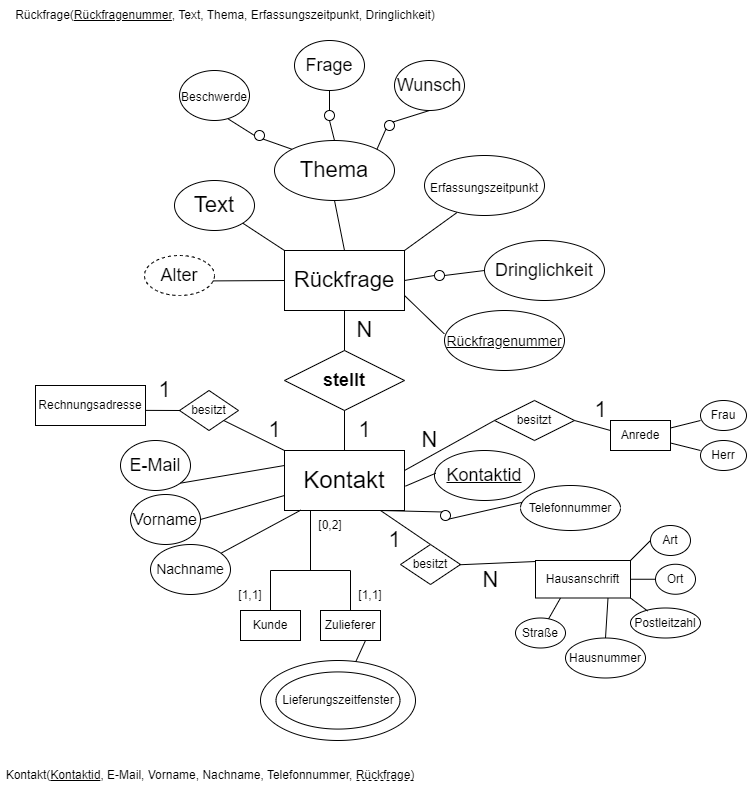
Above: beispiele/m3_11a_rueckfragen.png in moussaka-crypto/E-Canteen (draw.io), before the change. Source tidied: cells renumbered, new cells last; positions are measured from the earlier drawing's top-left corner, leaving out a move shared by most shapes.
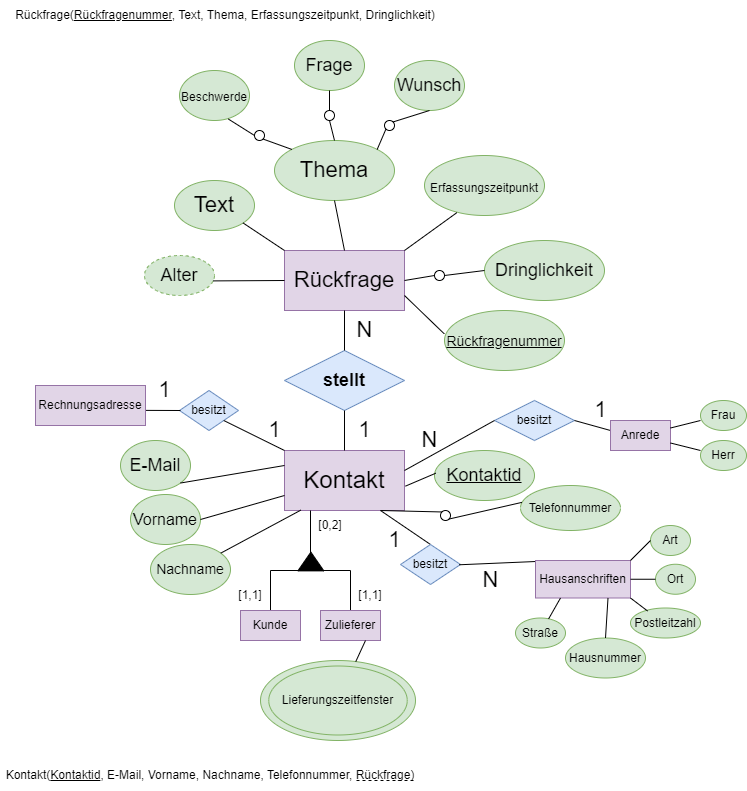
The same diagram one commit later.

Commit message:
Anmedlung + Diagramm gefixt

The edit, as a diff of the source:
```diff
@@ -8,13 +8,13 @@
     <mxCell id="3" style="group;" parent="1" vertex="1">
       <mxGeometry x="144" y="40" width="476" height="470" as="geometry" />
     </mxCell>
-    <mxCell id="4" value="&lt;font style=&quot;font-size: 22px;&quot;&gt;Rückfrage&lt;/font&gt;" style="rounded=0;whiteSpace=wrap;html=1;" parent="3" vertex="1">
+    <mxCell id="4" value="&lt;font style=&quot;font-size: 22px;&quot;&gt;Rückfrage&lt;/font&gt;" style="rounded=0;whiteSpace=wrap;html=1;fillColor=#e1d5e7;strokeColor=#9673a6;" parent="3" vertex="1">
       <mxGeometry x="140" y="210" width="120" height="60" as="geometry" />
     </mxCell>
-    <mxCell id="5" value="&lt;font style=&quot;font-size: 24px;&quot;&gt;Kontakt&lt;/font&gt;" style="rounded=0;whiteSpace=wrap;html=1;" parent="3" vertex="1">
+    <mxCell id="5" value="&lt;font style=&quot;font-size: 24px;&quot;&gt;Kontakt&lt;/font&gt;" style="rounded=0;whiteSpace=wrap;html=1;fillColor=#e1d5e7;strokeColor=#9673a6;" parent="3" vertex="1">
       <mxGeometry x="140" y="410" width="120" height="60" as="geometry" />
     </mxCell>
-    <mxCell id="6" value="&lt;b&gt;&lt;font style=&quot;font-size: 18px;&quot;&gt;stellt&lt;/font&gt;&lt;/b&gt;" style="rhombus;whiteSpace=wrap;html=1;align=center;" parent="3" vertex="1">
+    <mxCell id="6" value="&lt;b&gt;&lt;font style=&quot;font-size: 18px;&quot;&gt;stellt&lt;/font&gt;&lt;/b&gt;" style="rhombus;whiteSpace=wrap;html=1;align=center;fillColor=#dae8fc;strokeColor=#6c8ebf;" parent="3" vertex="1">
       <mxGeometry x="140" y="310" width="120" height="60" as="geometry" />
     </mxCell>
     <mxCell id="7" style="endArrow=none;html=1;rounded=0;fontSize=18;entryX=0.5;entryY=1;entryDx=0;entryDy=0;exitX=0.5;exitY=0;exitDx=0;exitDy=0;" parent="3" edge="1" source="5" target="6">
@@ -31,16 +31,16 @@
     <mxCell id="10" value="N" style="text;html=1;align=center;verticalAlign=middle;strokeColor=none;fillColor=none;fontSize=22;" parent="3" vertex="1">
       <mxGeometry x="200" y="270" width="40" height="40" as="geometry" />
     </mxCell>
-    <mxCell id="11" value="Text" style="ellipse;whiteSpace=wrap;html=1;fontSize=22;" parent="3" vertex="1">
+    <mxCell id="11" value="Text" style="ellipse;whiteSpace=wrap;html=1;fontSize=22;fillColor=#d5e8d4;strokeColor=#82b366;" parent="3" vertex="1">
       <mxGeometry x="30" y="140" width="80" height="50" as="geometry" />
     </mxCell>
-    <mxCell id="12" value="Thema" style="ellipse;whiteSpace=wrap;html=1;fontSize=22;" parent="3" vertex="1">
+    <mxCell id="12" value="Thema" style="ellipse;whiteSpace=wrap;html=1;fontSize=22;fillColor=#d5e8d4;strokeColor=#82b366;" parent="3" vertex="1">
       <mxGeometry x="130" y="100" width="120" height="60" as="geometry" />
     </mxCell>
-    <mxCell id="13" value="&lt;font style=&quot;font-size: 12px;&quot;&gt;Erfassungszeitpunkt&lt;/font&gt;" style="ellipse;whiteSpace=wrap;html=1;fontSize=22;" parent="3" vertex="1">
+    <mxCell id="13" value="&lt;font style=&quot;font-size: 12px;&quot;&gt;Erfassungszeitpunkt&lt;/font&gt;" style="ellipse;whiteSpace=wrap;html=1;fontSize=22;fillColor=#d5e8d4;strokeColor=#82b366;" parent="3" vertex="1">
       <mxGeometry x="280" y="115" width="120" height="60" as="geometry" />
     </mxCell>
-    <mxCell id="14" value="&lt;font style=&quot;font-size: 18px;&quot;&gt;Dringlichkeit&lt;/font&gt;" style="ellipse;whiteSpace=wrap;html=1;fontSize=14;" parent="3" vertex="1">
+    <mxCell id="14" value="&lt;font style=&quot;font-size: 18px;&quot;&gt;Dringlichkeit&lt;/font&gt;" style="ellipse;whiteSpace=wrap;html=1;fontSize=14;fillColor=#d5e8d4;strokeColor=#82b366;" parent="3" vertex="1">
       <mxGeometry x="340" y="200" width="120" height="60" as="geometry" />
     </mxCell>
     <mxCell id="15" style="ellipse;whiteSpace=wrap;html=1;fontSize=18;" parent="3" vertex="1">
@@ -52,13 +52,13 @@
     <mxCell id="17" style="endArrow=none;html=1;rounded=0;fontSize=18;entryX=0;entryY=0.5;entryDx=0;entryDy=0;exitX=1;exitY=0.5;exitDx=0;exitDy=0;" parent="3" edge="1" source="15" target="14">
       <mxGeometry relative="1" as="geometry" />
     </mxCell>
-    <mxCell id="18" value="&lt;font style=&quot;font-size: 14px;&quot;&gt;&lt;u&gt;Rückfragenummer&lt;/u&gt;&lt;/font&gt;" style="ellipse;whiteSpace=wrap;html=1;fontSize=18;" parent="3" vertex="1">
+    <mxCell id="18" value="&lt;font style=&quot;font-size: 14px;&quot;&gt;&lt;u&gt;Rückfragenummer&lt;/u&gt;&lt;/font&gt;" style="ellipse;whiteSpace=wrap;html=1;fontSize=18;fillColor=#d5e8d4;strokeColor=#82b366;" parent="3" vertex="1">
       <mxGeometry x="300" y="270" width="120" height="60" as="geometry" />
     </mxCell>
     <mxCell id="19" style="endArrow=none;html=1;rounded=0;fontSize=14;entryX=-0.002;entryY=0.389;entryDx=0;entryDy=0;entryPerimeter=0;exitX=1;exitY=0.75;exitDx=0;exitDy=0;" parent="3" edge="1" source="4" target="18">
       <mxGeometry relative="1" as="geometry" />
     </mxCell>
-    <mxCell id="20" value="&lt;font style=&quot;font-size: 18px;&quot;&gt;Alter&lt;/font&gt;" style="ellipse;whiteSpace=wrap;html=1;fontSize=14;shadow=0;dashed=1;" parent="3" vertex="1">
+    <mxCell id="20" value="&lt;font style=&quot;font-size: 18px;&quot;&gt;Alter&lt;/font&gt;" style="ellipse;whiteSpace=wrap;html=1;fontSize=14;shadow=0;dashed=1;fillColor=#d5e8d4;strokeColor=#82b366;" parent="3" vertex="1">
       <mxGeometry y="215" width="70" height="40" as="geometry" />
     </mxCell>
     <mxCell id="21" style="endArrow=none;html=1;rounded=0;fontSize=18;entryX=0;entryY=0.5;entryDx=0;entryDy=0;exitX=0.981;exitY=0.635;exitDx=0;exitDy=0;exitPerimeter=0;" parent="3" edge="1" source="20" target="4">
@@ -73,13 +73,13 @@
     <mxCell id="24" style="endArrow=none;html=1;rounded=0;fontSize=18;entryX=0.27;entryY=0.952;entryDx=0;entryDy=0;entryPerimeter=0;exitX=1;exitY=0;exitDx=0;exitDy=0;" parent="3" edge="1" source="4" target="13">
       <mxGeometry relative="1" as="geometry" />
     </mxCell>
-    <mxCell id="25" value="&lt;font style=&quot;font-size: 12px;&quot;&gt;Beschwerde&lt;/font&gt;" style="ellipse;whiteSpace=wrap;html=1;shadow=0;fontSize=18;" parent="3" vertex="1">
+    <mxCell id="25" value="&lt;font style=&quot;font-size: 12px;&quot;&gt;Beschwerde&lt;/font&gt;" style="ellipse;whiteSpace=wrap;html=1;shadow=0;fontSize=18;fillColor=#d5e8d4;strokeColor=#82b366;" parent="3" vertex="1">
       <mxGeometry x="35" y="30" width="70" height="50" as="geometry" />
     </mxCell>
-    <mxCell id="26" value="Frage" style="ellipse;whiteSpace=wrap;html=1;shadow=0;fontSize=18;" parent="3" vertex="1">
+    <mxCell id="26" value="Frage" style="ellipse;whiteSpace=wrap;html=1;shadow=0;fontSize=18;fillColor=#d5e8d4;strokeColor=#82b366;" parent="3" vertex="1">
       <mxGeometry x="150" width="70" height="50" as="geometry" />
     </mxCell>
-    <mxCell id="27" value="Wunsch" style="ellipse;whiteSpace=wrap;html=1;shadow=0;fontSize=18;" parent="3" vertex="1">
+    <mxCell id="27" value="Wunsch" style="ellipse;whiteSpace=wrap;html=1;shadow=0;fontSize=18;fillColor=#d5e8d4;strokeColor=#82b366;" parent="3" vertex="1">
       <mxGeometry x="250" y="20" width="70" height="50" as="geometry" />
     </mxCell>
     <mxCell id="28" style="ellipse;whiteSpace=wrap;html=1;fontSize=18;" parent="3" vertex="1">
@@ -112,19 +112,19 @@
     <mxCell id="37" style="endArrow=none;html=1;rounded=0;fontSize=12;entryX=0.698;entryY=0.971;entryDx=0;entryDy=0;entryPerimeter=0;exitX=0;exitY=0.5;exitDx=0;exitDy=0;" parent="3" edge="1" source="31" target="25">
       <mxGeometry relative="1" as="geometry" />
     </mxCell>
-    <mxCell id="38" value="&lt;font style=&quot;font-size: 18px;&quot;&gt;E-Mail&lt;/font&gt;" style="ellipse;whiteSpace=wrap;html=1;shadow=0;fontSize=12;" parent="3" vertex="1">
+    <mxCell id="38" value="&lt;font style=&quot;font-size: 18px;&quot;&gt;E-Mail&lt;/font&gt;" style="ellipse;whiteSpace=wrap;html=1;shadow=0;fontSize=12;fillColor=#d5e8d4;strokeColor=#82b366;" parent="3" vertex="1">
       <mxGeometry x="-24" y="400" width="70" height="50" as="geometry" />
     </mxCell>
     <mxCell id="39" style="endArrow=none;html=1;rounded=0;fontSize=14;entryX=0;entryY=0.25;entryDx=0;entryDy=0;exitX=1;exitY=1;exitDx=0;exitDy=0;" parent="3" edge="1" source="38" target="5">
       <mxGeometry relative="1" as="geometry" />
     </mxCell>
-    <mxCell id="40" value="&lt;font style=&quot;font-size: 18px;&quot;&gt;&lt;u&gt;Kontaktid&lt;/u&gt;&lt;/font&gt;" style="ellipse;whiteSpace=wrap;html=1;shadow=0;fontSize=12;" parent="3" vertex="1">
+    <mxCell id="40" value="&lt;font style=&quot;font-size: 18px;&quot;&gt;&lt;u&gt;Kontaktid&lt;/u&gt;&lt;/font&gt;" style="ellipse;whiteSpace=wrap;html=1;shadow=0;fontSize=12;fillColor=#d5e8d4;strokeColor=#82b366;" parent="3" vertex="1">
       <mxGeometry x="290" y="410" width="100" height="50" as="geometry" />
     </mxCell>
     <mxCell id="41" style="endArrow=none;html=1;rounded=0;fontSize=12;exitX=1.008;exitY=0.594;exitDx=0;exitDy=0;exitPerimeter=0;entryX=0.013;entryY=0.454;entryDx=0;entryDy=0;entryPerimeter=0;" parent="3" edge="1" source="5" target="40">
       <mxGeometry relative="1" as="geometry" />
     </mxCell>
-    <mxCell id="42" value="besitzt" style="rhombus;whiteSpace=wrap;html=1;shadow=0;fontSize=12;" parent="3" vertex="1">
+    <mxCell id="42" value="besitzt" style="rhombus;whiteSpace=wrap;html=1;shadow=0;fontSize=12;fillColor=#dae8fc;strokeColor=#6c8ebf;" parent="3" vertex="1">
       <mxGeometry x="350" y="360" width="80" height="40" as="geometry" />
     </mxCell>
     <mxCell id="43" style="endArrow=none;html=1;rounded=0;fontSize=12;" parent="3" edge="1">
@@ -144,7 +144,7 @@
     <mxCell id="46" value="N" style="text;html=1;align=center;verticalAlign=middle;strokeColor=none;fillColor=none;fontSize=22;" parent="3" vertex="1">
       <mxGeometry x="265" y="380" width="40" height="40" as="geometry" />
     </mxCell>
-    <mxCell id="47" value="besitzt" style="rhombus;whiteSpace=wrap;html=1;shadow=0;fontSize=12;" parent="3" vertex="1">
+    <mxCell id="47" value="besitzt" style="rhombus;whiteSpace=wrap;html=1;shadow=0;fontSize=12;fillColor=#dae8fc;strokeColor=#6c8ebf;" parent="3" vertex="1">
       <mxGeometry x="35" y="350" width="59" height="40" as="geometry" />
     </mxCell>
     <mxCell id="48" style="endArrow=none;html=1;rounded=0;fontSize=12;entryX=0;entryY=0;entryDx=0;entryDy=0;exitX=1;exitY=1;exitDx=0;exitDy=0;" parent="3" edge="1" source="47" target="5">
@@ -161,7 +161,7 @@
     <mxCell id="51" value="1" style="text;html=1;align=center;verticalAlign=middle;strokeColor=none;fillColor=none;fontSize=22;" parent="3" vertex="1">
       <mxGeometry y="330" width="40" height="40" as="geometry" />
     </mxCell>
-    <mxCell id="52" value="&lt;font style=&quot;font-size: 14px;&quot;&gt;Nachname&lt;/font&gt;" style="ellipse;whiteSpace=wrap;html=1;shadow=0;fontSize=12;" parent="1" vertex="1">
+    <mxCell id="52" value="&lt;font style=&quot;font-size: 14px;&quot;&gt;Nachname&lt;/font&gt;" style="ellipse;whiteSpace=wrap;html=1;shadow=0;fontSize=12;fillColor=#d5e8d4;strokeColor=#82b366;" parent="1" vertex="1">
       <mxGeometry x="150" y="544" width="80" height="50" as="geometry" />
     </mxCell>
     <mxCell id="53" style="edgeStyle=orthogonalEdgeStyle;rounded=0;orthogonalLoop=1;jettySize=auto;html=1;exitX=0.5;exitY=1;exitDx=0;exitDy=0;fontSize=14;" parent="1" edge="1" source="52" target="52">
@@ -170,7 +170,7 @@
     <mxCell id="54" style="endArrow=none;html=1;rounded=0;fontSize=14;entryX=0.136;entryY=0.994;entryDx=0;entryDy=0;entryPerimeter=0;" parent="1" edge="1" source="52" target="5">
       <mxGeometry relative="1" as="geometry" />
     </mxCell>
-    <mxCell id="55" value="&lt;font style=&quot;font-size: 12px;&quot;&gt;Telefonnummer&lt;/font&gt;" style="ellipse;whiteSpace=wrap;html=1;shadow=0;fontSize=12;" parent="1" vertex="1">
+    <mxCell id="55" value="&lt;font style=&quot;font-size: 12px;&quot;&gt;Telefonnummer&lt;/font&gt;" style="ellipse;whiteSpace=wrap;html=1;shadow=0;fontSize=12;fillColor=#d5e8d4;strokeColor=#82b366;" parent="1" vertex="1">
       <mxGeometry x="520" y="485" width="100" height="45" as="geometry" />
     </mxCell>
     <mxCell id="56" style="ellipse;whiteSpace=wrap;html=1;fontSize=18;" parent="1" vertex="1">
@@ -184,7 +184,7 @@
     <mxCell id="58" style="endArrow=none;html=1;rounded=0;fontSize=12;exitX=1;exitY=1;exitDx=0;exitDy=0;entryX=0.014;entryY=0.375;entryDx=0;entryDy=0;entryPerimeter=0;" parent="1" edge="1" source="56" target="55">
       <mxGeometry relative="1" as="geometry" />
     </mxCell>
-    <mxCell id="59" value="Anrede" style="rounded=0;whiteSpace=wrap;html=1;shadow=0;fontSize=12;" parent="1" vertex="1">
+    <mxCell id="59" value="Anrede" style="rounded=0;whiteSpace=wrap;html=1;shadow=0;fontSize=12;fillColor=#e1d5e7;strokeColor=#9673a6;" parent="1" vertex="1">
       <mxGeometry x="610" y="420" width="60" height="30" as="geometry" />
     </mxCell>
     <mxCell id="60" style="endArrow=none;html=1;rounded=0;fontSize=12;exitX=1;exitY=0.25;exitDx=0;exitDy=0;" parent="1" edge="1" source="59">
@@ -197,10 +197,10 @@
         <mxPoint x="700" y="450" as="targetPoint" />
       </mxGeometry>
     </mxCell>
-    <mxCell id="62" value="Frau" style="ellipse;whiteSpace=wrap;html=1;shadow=0;fontSize=12;" parent="1" vertex="1">
+    <mxCell id="62" value="Frau" style="ellipse;whiteSpace=wrap;html=1;shadow=0;fontSize=12;fillColor=#d5e8d4;strokeColor=#82b366;" parent="1" vertex="1">
       <mxGeometry x="700" y="400" width="46" height="30" as="geometry" />
     </mxCell>
-    <mxCell id="63" value="Herr" style="ellipse;whiteSpace=wrap;html=1;shadow=0;fontSize=12;" parent="1" vertex="1">
+    <mxCell id="63" value="Herr" style="ellipse;whiteSpace=wrap;html=1;shadow=0;fontSize=12;fillColor=#d5e8d4;strokeColor=#82b366;" parent="1" vertex="1">
       <mxGeometry x="700" y="440" width="46" height="30" as="geometry" />
     </mxCell>
     <mxCell id="64" style="endArrow=none;html=1;rounded=0;fontSize=12;" parent="1" edge="1">
@@ -227,10 +227,10 @@
         <mxPoint x="270" y="570" as="targetPoint" />
       </mxGeometry>
     </mxCell>
-    <mxCell id="68" value="Kunde" style="rounded=0;whiteSpace=wrap;html=1;shadow=0;fontSize=12;" parent="1" vertex="1">
+    <mxCell id="68" value="Kunde" style="rounded=0;whiteSpace=wrap;html=1;shadow=0;fontSize=12;fillColor=#e1d5e7;strokeColor=#9673a6;" parent="1" vertex="1">
       <mxGeometry x="240" y="610" width="60" height="30" as="geometry" />
     </mxCell>
-    <mxCell id="69" value="Zulieferer" style="rounded=0;whiteSpace=wrap;html=1;shadow=0;fontSize=12;" parent="1" vertex="1">
+    <mxCell id="69" value="Zulieferer" style="rounded=0;whiteSpace=wrap;html=1;shadow=0;fontSize=12;fillColor=#e1d5e7;strokeColor=#9673a6;" parent="1" vertex="1">
       <mxGeometry x="320" y="610" width="60" height="30" as="geometry" />
     </mxCell>
     <mxCell id="70" value="[0,2]" style="text;html=1;strokeColor=none;fillColor=none;align=center;verticalAlign=middle;whiteSpace=wrap;rounded=0;shadow=0;fontSize=12;" parent="1" vertex="1">
@@ -245,22 +245,22 @@
     <mxCell id="73" style="group;" parent="1" vertex="1">
       <mxGeometry x="260" y="660" width="155" height="80" as="geometry" />
     </mxCell>
-    <mxCell id="74" style="ellipse;whiteSpace=wrap;html=1;shadow=0;fontSize=12;" parent="73" vertex="1">
+    <mxCell id="74" style="ellipse;whiteSpace=wrap;html=1;shadow=0;fontSize=12;fillColor=#d5e8d4;strokeColor=#82b366;" parent="73" vertex="1">
       <mxGeometry width="155" height="80" as="geometry" />
     </mxCell>
-    <mxCell id="75" value="Lieferungszeitfenster" style="ellipse;whiteSpace=wrap;html=1;shadow=0;fontSize=12;" parent="73" vertex="1">
-      <mxGeometry x="15.5" y="11.4" width="124" height="57.1" as="geometry" />
+    <mxCell id="75" value="Lieferungszeitfenster" style="ellipse;whiteSpace=wrap;html=1;shadow=0;fontSize=12;fillColor=#d5e8d4;strokeColor=#82b366;" parent="73" vertex="1">
+      <mxGeometry x="8.2" y="5.5" width="138.5" height="69" as="geometry" />
     </mxCell>
     <mxCell id="76" style="endArrow=none;html=1;rounded=0;fontSize=12;entryX=0.75;entryY=1;entryDx=0;entryDy=0;" parent="1" edge="1" source="74" target="69">
       <mxGeometry relative="1" as="geometry" />
     </mxCell>
-    <mxCell id="77" value="&lt;font style=&quot;font-size: 16px;&quot;&gt;Vorname&lt;/font&gt;" style="ellipse;whiteSpace=wrap;html=1;shadow=0;fontSize=12;" parent="1" vertex="1">
+    <mxCell id="77" value="&lt;font style=&quot;font-size: 16px;&quot;&gt;Vorname&lt;/font&gt;" style="ellipse;whiteSpace=wrap;html=1;shadow=0;fontSize=12;fillColor=#d5e8d4;strokeColor=#82b366;" parent="1" vertex="1">
       <mxGeometry x="130" y="494" width="70" height="50" as="geometry" />
     </mxCell>
     <mxCell id="78" style="endArrow=none;html=1;rounded=0;fontSize=14;entryX=0;entryY=0.75;entryDx=0;entryDy=0;exitX=1;exitY=0.5;exitDx=0;exitDy=0;" parent="1" edge="1" source="77" target="5">
       <mxGeometry relative="1" as="geometry" />
     </mxCell>
-    <mxCell id="79" value="Rechnungsadresse" style="rounded=0;whiteSpace=wrap;html=1;shadow=0;fontSize=12;" parent="1" vertex="1">
+    <mxCell id="79" value="Rechnungsadresse" style="rounded=0;whiteSpace=wrap;html=1;shadow=0;fontSize=12;fillColor=#e1d5e7;strokeColor=#9673a6;" parent="1" vertex="1">
       <mxGeometry x="35" y="385" width="110" height="40" as="geometry" />
     </mxCell>
     <mxCell id="80" style="endArrow=none;html=1;rounded=0;fontSize=12;exitX=0.5;exitY=0;exitDx=0;exitDy=0;" parent="1" edge="1" source="81">
@@ -268,7 +268,7 @@
         <mxPoint x="380" y="510" as="targetPoint" />
       </mxGeometry>
     </mxCell>
-    <mxCell id="81" value="besitzt" style="rhombus;whiteSpace=wrap;html=1;shadow=0;fontSize=12;" parent="1" vertex="1">
+    <mxCell id="81" value="besitzt" style="rhombus;whiteSpace=wrap;html=1;shadow=0;fontSize=12;fillColor=#dae8fc;strokeColor=#6c8ebf;" parent="1" vertex="1">
       <mxGeometry x="400" y="544" width="60" height="40" as="geometry" />
     </mxCell>
     <mxCell id="82" style="endArrow=none;html=1;rounded=0;fontSize=12;entryX=0.976;entryY=0.507;entryDx=0;entryDy=0;exitX=0.25;exitY=0;exitDx=0;exitDy=0;entryPerimeter=0;" parent="1" edge="1" source="86" target="81">
@@ -283,19 +283,19 @@
     <mxCell id="85" style="group;" parent="1" vertex="1">
       <mxGeometry x="515" y="560" width="185" height="117.5" as="geometry" />
     </mxCell>
-    <mxCell id="86" value="Hausanschrift" style="rounded=0;whiteSpace=wrap;html=1;shadow=0;fontSize=12;" parent="85" vertex="1">
+    <mxCell id="86" value="Hausanschriften" style="rounded=0;whiteSpace=wrap;html=1;shadow=0;fontSize=12;fillColor=#e1d5e7;strokeColor=#9673a6;" parent="85" vertex="1">
       <mxGeometry x="20" width="95" height="37.5" as="geometry" />
     </mxCell>
-    <mxCell id="87" value="Straße" style="ellipse;whiteSpace=wrap;html=1;shadow=0;fontSize=12;" parent="85" vertex="1">
+    <mxCell id="87" value="Straße" style="ellipse;whiteSpace=wrap;html=1;shadow=0;fontSize=12;fillColor=#d5e8d4;strokeColor=#82b366;" parent="85" vertex="1">
       <mxGeometry y="57.5" width="50" height="30" as="geometry" />
     </mxCell>
-    <mxCell id="88" value="Hausnummer" style="ellipse;whiteSpace=wrap;html=1;shadow=0;fontSize=12;" parent="85" vertex="1">
+    <mxCell id="88" value="Hausnummer" style="ellipse;whiteSpace=wrap;html=1;shadow=0;fontSize=12;fillColor=#d5e8d4;strokeColor=#82b366;" parent="85" vertex="1">
       <mxGeometry x="50" y="77.5" width="80" height="40" as="geometry" />
     </mxCell>
-    <mxCell id="89" value="Postleitzahl" style="ellipse;whiteSpace=wrap;html=1;shadow=0;fontSize=12;" parent="85" vertex="1">
+    <mxCell id="89" value="Postleitzahl" style="ellipse;whiteSpace=wrap;html=1;shadow=0;fontSize=12;fillColor=#d5e8d4;strokeColor=#82b366;" parent="85" vertex="1">
       <mxGeometry x="115" y="47.5" width="70" height="30" as="geometry" />
     </mxCell>
-    <mxCell id="90" value="Ort" style="ellipse;whiteSpace=wrap;html=1;shadow=0;fontSize=12;" parent="85" vertex="1">
+    <mxCell id="90" value="Ort" style="ellipse;whiteSpace=wrap;html=1;shadow=0;fontSize=12;fillColor=#d5e8d4;strokeColor=#82b366;" parent="85" vertex="1">
       <mxGeometry x="140" y="3.8" width="40" height="30" as="geometry" />
     </mxCell>
     <mxCell id="91" style="endArrow=none;html=1;rounded=0;fontSize=12;exitX=0.5;exitY=0;exitDx=0;exitDy=0;" parent="85" edge="1" source="88">
@@ -328,11 +328,14 @@
         <mxPoint x="413" y="20" as="targetPoint" />
       </mxGeometry>
     </mxCell>
-    <mxCell id="98" value="Art" style="ellipse;whiteSpace=wrap;html=1;shadow=0;fontSize=12;" parent="1" vertex="1">
+    <mxCell id="98" value="Art" style="ellipse;whiteSpace=wrap;html=1;shadow=0;fontSize=12;fillColor=#d5e8d4;strokeColor=#82b366;" parent="1" vertex="1">
       <mxGeometry x="650" y="525" width="40" height="30" as="geometry" />
     </mxCell>
     <mxCell id="99" style="endArrow=none;html=1;rounded=0;fontSize=12;entryX=0;entryY=0.5;entryDx=0;entryDy=0;exitX=1;exitY=0;exitDx=0;exitDy=0;" parent="1" edge="1" source="86" target="98">
       <mxGeometry relative="1" as="geometry" />
     </mxCell>
+    <mxCell id="100" style="triangle;whiteSpace=wrap;html=1;rotation=-90;fillColor=#000000;" parent="1" vertex="1">
+      <mxGeometry x="301" y="548" width="18.8" height="26" as="geometry" />
+    </mxCell>
   </root>
 </mxGraphModel>
```
